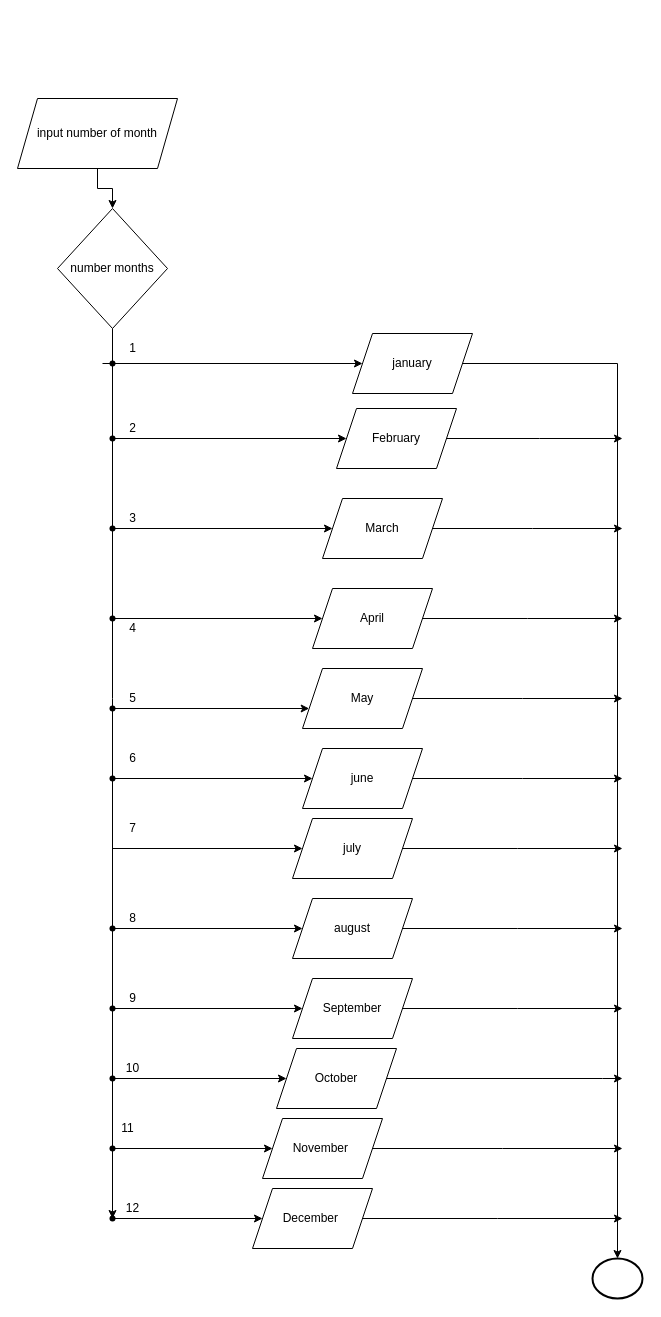
Above: FlowChart.drawio in mohammedal-ess/ICS3U-Unit3-Unit3-05-Python (draw.io), before the change. Source tidied: cells renumbered, new cells numbered last; positions are measured from the earlier drawing's top-left corner, leaving out a move shared by most shapes. Both pictures are drawn from the tidied source at 100%, with x=0, y=0 at pixel (17, 98).
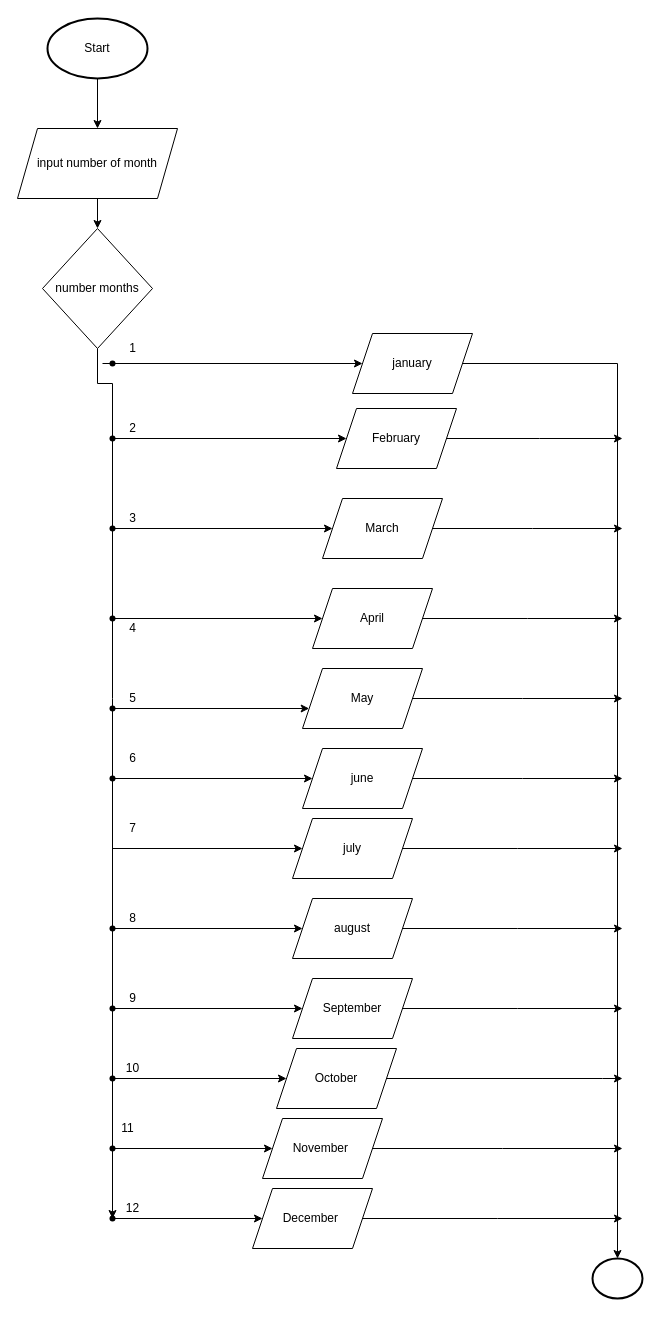
The same diagram, later.

Diff of the diagram source:
```diff
@@
     <mxCell id="3" value="input number of month" style="shape=parallelogram;perimeter=parallelogramPerimeter;whiteSpace=wrap;html=1;fixedSize=1;" parent="1" vertex="1">
-      <mxGeometry width="160" height="70" as="geometry" />
+      <mxGeometry y="30" width="160" height="70" as="geometry" />
     </mxCell>
@@
     <mxCell id="5" value="number months" style="rhombus;whiteSpace=wrap;html=1;" parent="1" vertex="1">
-      <mxGeometry x="40" y="110" width="110" height="120" as="geometry" />
+      <mxGeometry x="25" y="130" width="110" height="120" as="geometry" />
     </mxCell>
@@
+    <mxCell id="76" style="edgeStyle=orthogonalEdgeStyle;html=1;entryX=0.5;entryY=0;entryDx=0;entryDy=0;rounded=0;" parent="1" edge="1" source="77" target="3">
+      <mxGeometry relative="1" as="geometry" />
+    </mxCell>
+    <mxCell id="77" value="Start" style="strokeWidth=2;html=1;shape=mxgraph.flowchart.start_1;whiteSpace=wrap;" parent="1" vertex="1">
+      <mxGeometry x="30" y="-80" width="100" height="60" as="geometry" />
+    </mxCell>
```
